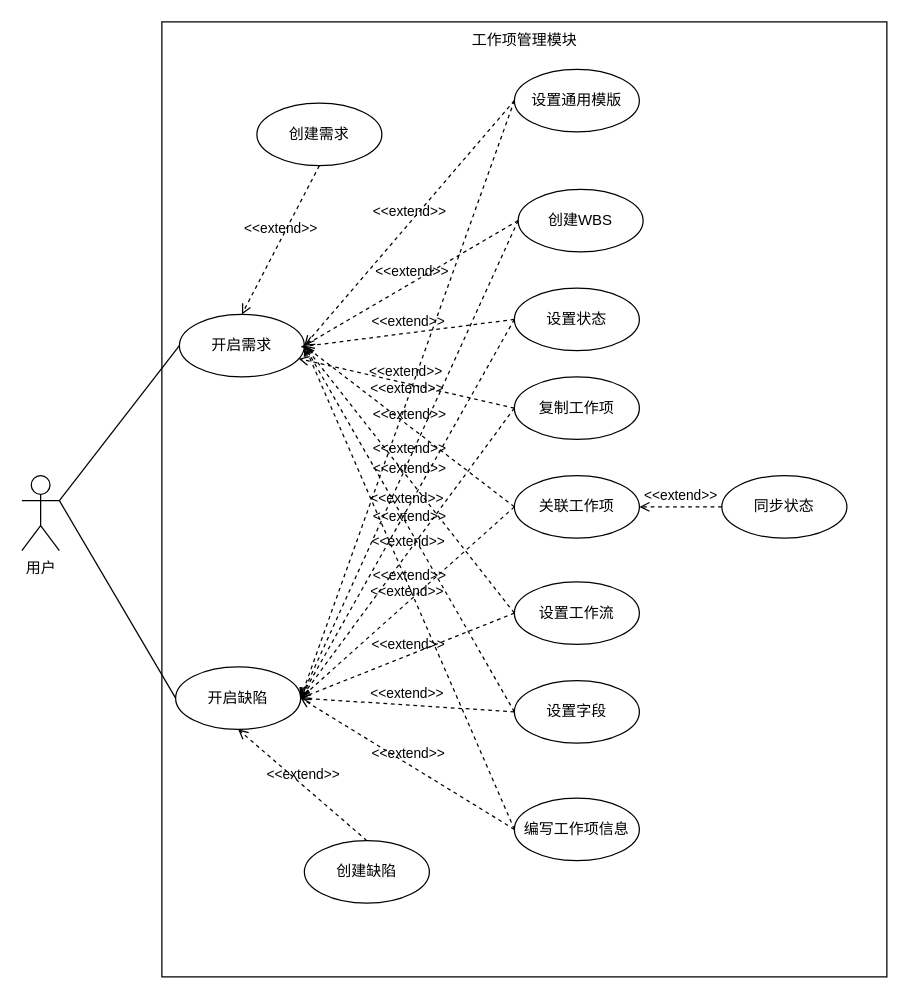
Above: 工作项管理模块用例图.drawio in qf2020/drawio (draw.io), before the change. Source tidied: cells renumbered, new cells numbered last; positions are measured from the earlier drawing's top-left corner, leaving out a move shared by most shapes. Both pictures are drawn from the tidied source at 125%, with x=0, y=0 at pixel (21, 21).
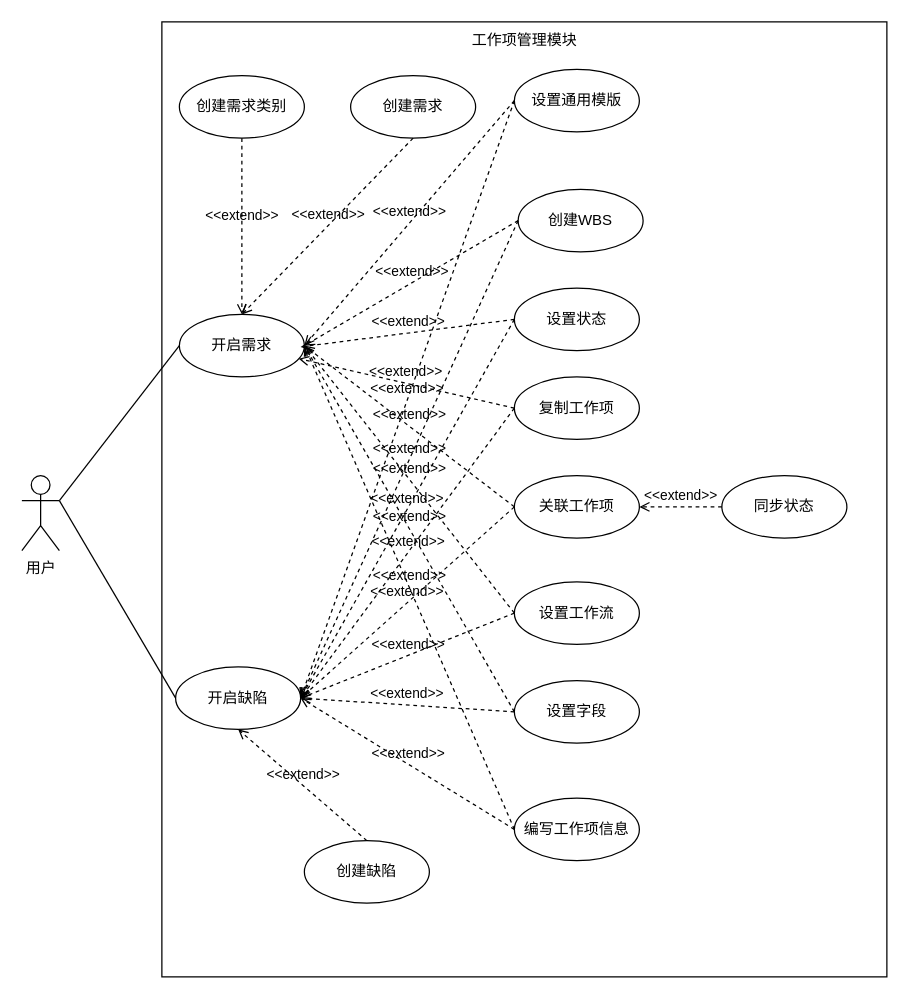
Above is the later version.

Commit message (it also covers changes not shown here):
更新工作项管理模块用例图.drawio

Unchanged cells that the change refers to:
```xml
<mxCell id="6" value="开启需求" style="ellipse;whiteSpace=wrap;html=1;" parent="1" vertex="1">
  <mxGeometry x="126" y="234" width="100" height="50" as="geometry" />
</mxCell>
```

The edit, as a diff of the source:
```diff
@@
     <mxCell id="17" value="创建需求" style="ellipse;whiteSpace=wrap;html=1;" parent="1" vertex="1">
-      <mxGeometry x="188" y="65" width="100" height="50" as="geometry" />
+      <mxGeometry x="263" y="43" width="100" height="50" as="geometry" />
     </mxCell>
@@
+    <mxCell id="39" value="创建需求类别" style="ellipse;whiteSpace=wrap;html=1;" parent="1" vertex="1">
+      <mxGeometry x="126" y="43" width="100" height="50" as="geometry" />
+    </mxCell>
+    <mxCell id="40" value="&amp;lt;&amp;lt;extend&amp;gt;&amp;gt;" style="html=1;verticalAlign=bottom;labelBackgroundColor=none;endArrow=open;endFill=0;dashed=1;rounded=0;entryX=0.5;entryY=0;entryDx=0;entryDy=0;" parent="1" edge="1" source="39" target="6">
+      <mxGeometry relative="1" as="geometry" />
+    </mxCell>
```
